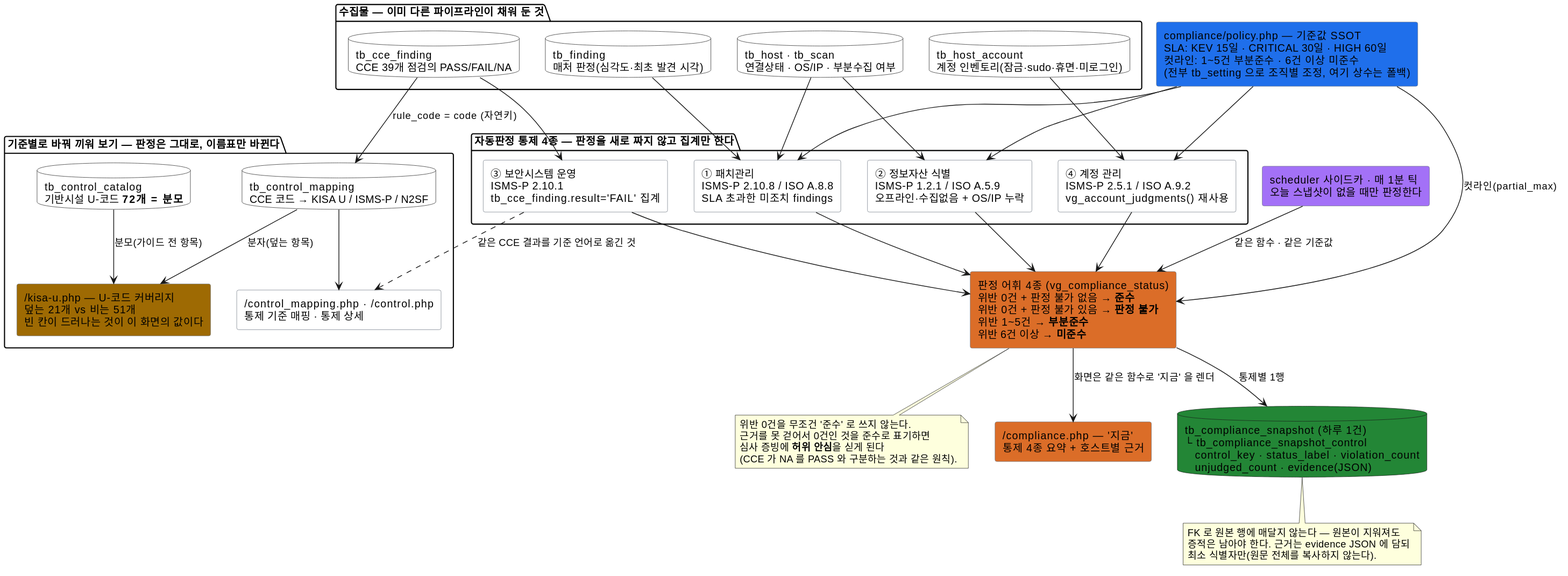
JeongDoWook/vuln-agent keeps this PlantUML diagram as docs/specs/diagrams/컴플라이언스판정.svg. Above is the earlier version.
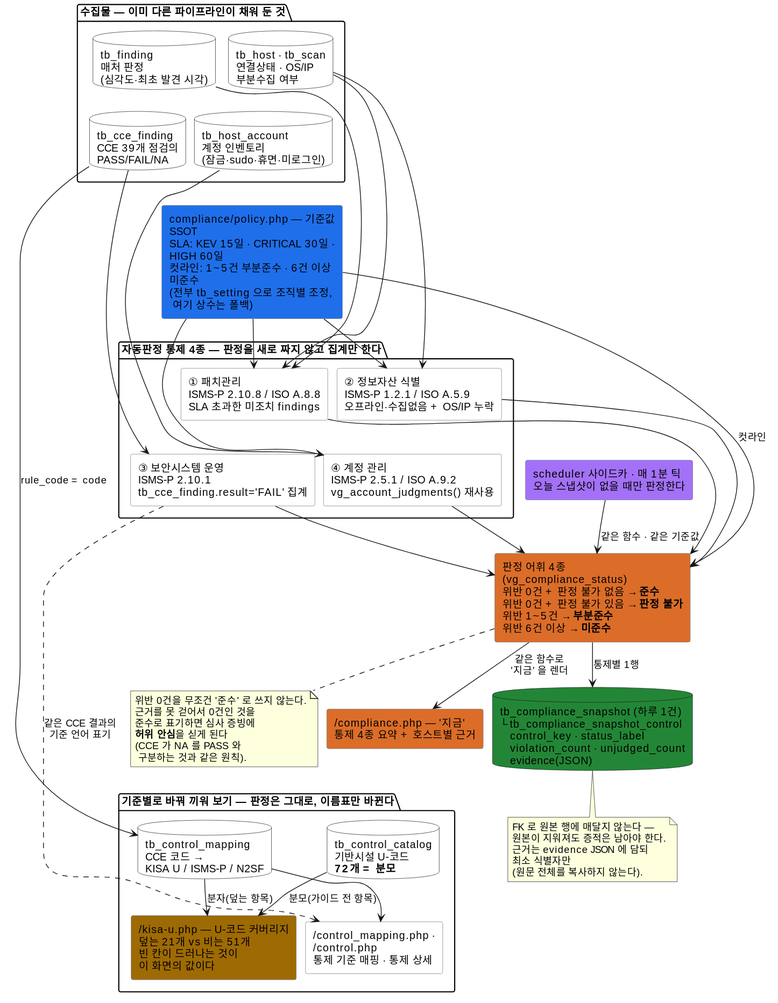
After the change.

Change to the diagram source:
```diff
@@ -1,5 +1,8 @@
 @startuml
 
+skinparam wrapWidth 250
+skinparam nodesep 12
+skinparam ranksep 28
 skinparam rectangle {
     BackgroundColor #ffffff
     BorderColor #6e7681
@@ -8,13 +11,13 @@
 skinparam shadowing false
 
 package "수집물 — 이미 다른 파이프라인이 채워 둔 것" as Src {
-    database "tb_finding\n매처 판정(심각도·최초 발견 시각)" as F
-    database "tb_host · tb_scan\n연결상태 · OS/IP · 부분수집 여부" as H
-    database "tb_cce_finding\nCCE 39개 점검의 PASS/FAIL/NA" as C
-    database "tb_host_account\n계정 인벤토리(잠금·sudo·휴면·미로그인)" as A
+    database "tb_finding\n매처 판정\n(심각도·최초 발견 시각)" as F
+    database "tb_host · tb_scan\n연결상태 · OS/IP\n부분수집 여부" as H
+    database "tb_cce_finding\nCCE 39개 점검의\nPASS/FAIL/NA" as C
+    database "tb_host_account\n계정 인벤토리\n(잠금·sudo·휴면·미로그인)" as A
 }
 
-rectangle "compliance/policy.php — 기준값 SSOT\nSLA: KEV 15일 · CRITICAL 30일 · HIGH 60일\n컷라인: 1~5건 부분준수 · 6건 이상 미준수\n(전부 tb_setting 으로 조직별 조정, 여기 상수는 폴백)" as POL #1f6feb
+rectangle "compliance/policy.php — 기준값 SSOT\nSLA: KEV 15일 · CRITICAL 30일 · HIGH 60일\n컷라인: 1~5건 부분준수 · 6건 이상 미준수\n(전부 tb_setting 으로 조직별 조정,\n 여기 상수는 폴백)" as POL #1f6feb
 
 package "자동판정 통제 4종 — 판정을 새로 짜지 않고 집계만 한다" as Ctl {
     rectangle "① 패치관리\nISMS-P 2.10.8 / ISO A.8.8\nSLA 초과한 미조치 findings" as P1
@@ -26,24 +29,28 @@
 rectangle "판정 어휘 4종 (vg_compliance_status)\n위반 0건 + 판정 불가 없음 → **준수**\n위반 0건 + 판정 불가 있음 → **판정 불가**\n위반 1~5건 → **부분준수**\n위반 6건 이상 → **미준수**" as VOCAB #db6d28
 note bottom of VOCAB
   위반 0건을 무조건 '준수' 로 쓰지 않는다.
-  근거를 못 걷어서 0건인 것을 준수로 표기하면
-  심사 증빙에 **허위 안심**을 싣게 된다
-  (CCE 가 NA 를 PASS 와 구분하는 것과 같은 원칙).
+  근거를 못 걷어서 0건인 것을
+  준수로 표기하면 심사 증빙에
+  **허위 안심**을 싣게 된다
+  (CCE 가 NA 를 PASS 와
+   구분하는 것과 같은 원칙).
 end note
 
 rectangle "/compliance.php — '지금'\n통제 4종 요약 + 호스트별 근거" as SCR #db6d28
 rectangle "scheduler 사이드카 · 매 1분 틱\n오늘 스냅샷이 없을 때만 판정한다" as TICK #a371f7
-database "tb_compliance_snapshot (하루 1건)\n└ tb_compliance_snapshot_control\n   control_key · status_label · violation_count\n   unjudged_count · evidence(JSON)" as SNAP #238636
+database "tb_compliance_snapshot (하루 1건)\n└ tb_compliance_snapshot_control\n   control_key · status_label\n   violation_count · unjudged_count\n   evidence(JSON)" as SNAP #238636
 note bottom of SNAP
-  FK 로 원본 행에 매달지 않는다 — 원본이 지워져도
-  증적은 남아야 한다. 근거는 evidence JSON 에 담되
-  최소 식별자만(원문 전체를 복사하지 않는다).
+  FK 로 원본 행에 매달지 않는다 —
+  원본이 지워져도 증적은 남아야 한다.
+  근거는 evidence JSON 에 담되
+  최소 식별자만
+  (원문 전체를 복사하지 않는다).
 end note
 
 package "기준별로 바꿔 끼워 보기 — 판정은 그대로, 이름표만 바뀐다" as Fw {
-    database "tb_control_mapping\nCCE 코드 → KISA U / ISMS-P / N2SF" as CM
-    database "tb_control_catalog\n기반시설 U-코드 **72개 = 분모**" as CC
-    rectangle "/kisa-u.php — U-코드 커버리지\n덮는 21개 vs 비는 51개\n빈 칸이 드러나는 것이 이 화면의 값이다" as KU #9e6a03
+    database "tb_control_mapping\nCCE 코드 →\nKISA U / ISMS-P / N2SF" as CM
+    database "tb_control_catalog\n기반시설 U-코드\n**72개 = 분모**" as CC
+    rectangle "/kisa-u.php — U-코드 커버리지\n덮는 21개 vs 비는 51개\n빈 칸이 드러나는 것이\n이 화면의 값이다" as KU #9e6a03
     rectangle "/control_mapping.php · /control.php\n통제 기준 매핑 · 통제 상세" as CMAP
 }
 
@@ -56,20 +63,31 @@
 POL --> P1
 POL --> P2
 POL --> P4
-POL --> VOCAB : 컷라인(partial_max)
+POL --> VOCAB : 컷라인
 
 P1 --> VOCAB
 P2 --> VOCAB
 P3 --> VOCAB
 P4 --> VOCAB
 
-VOCAB --> SCR : 화면은 같은 함수로 '지금' 을 렌더
+VOCAB --> SCR : 같은 함수로\n'지금' 을 렌더
 TICK --> VOCAB : 같은 함수 · 같은 기준값
 VOCAB --> SNAP : 통제별 1행
 
-C --> CM : rule_code = code (자연키)
+C --> CM : rule_code = code
 CM --> CMAP
 CM --> KU : 분자(덮는 항목)
 CC --> KU : 분모(가이드 전 항목)
-P3 ..> CMAP : 같은 CCE 결과를 기준 언어로 옮긴 것
+P3 ..> CMAP : 같은 CCE 결과의\n기준 언어 표기
+
+F -[hidden]down- C
+H -[hidden]down- A
+C -[hidden]down- POL
+A -[hidden]down- POL
+P1 -[hidden]down- P3
+P2 -[hidden]down- P4
+SCR  -[hidden]down- CM
+SNAP -[hidden]down- CC
+CM -[hidden]down- KU
+CC -[hidden]down- CMAP
 @enduml
```
